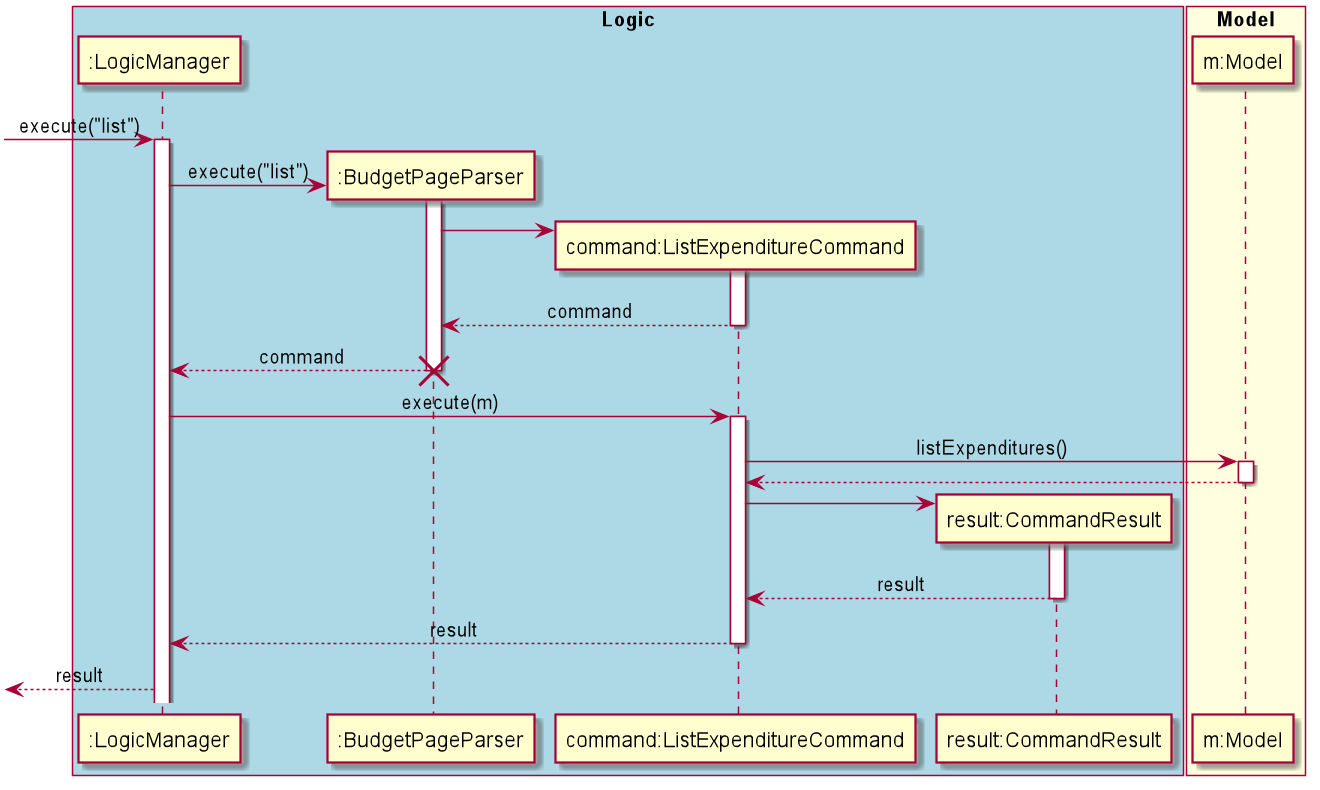
This is docs/diagrams/commandsPlantUML/diagram/ListExpenditureCommand.png from yu-ming-chen/tp, a PlantUML export, as it was before one commit.
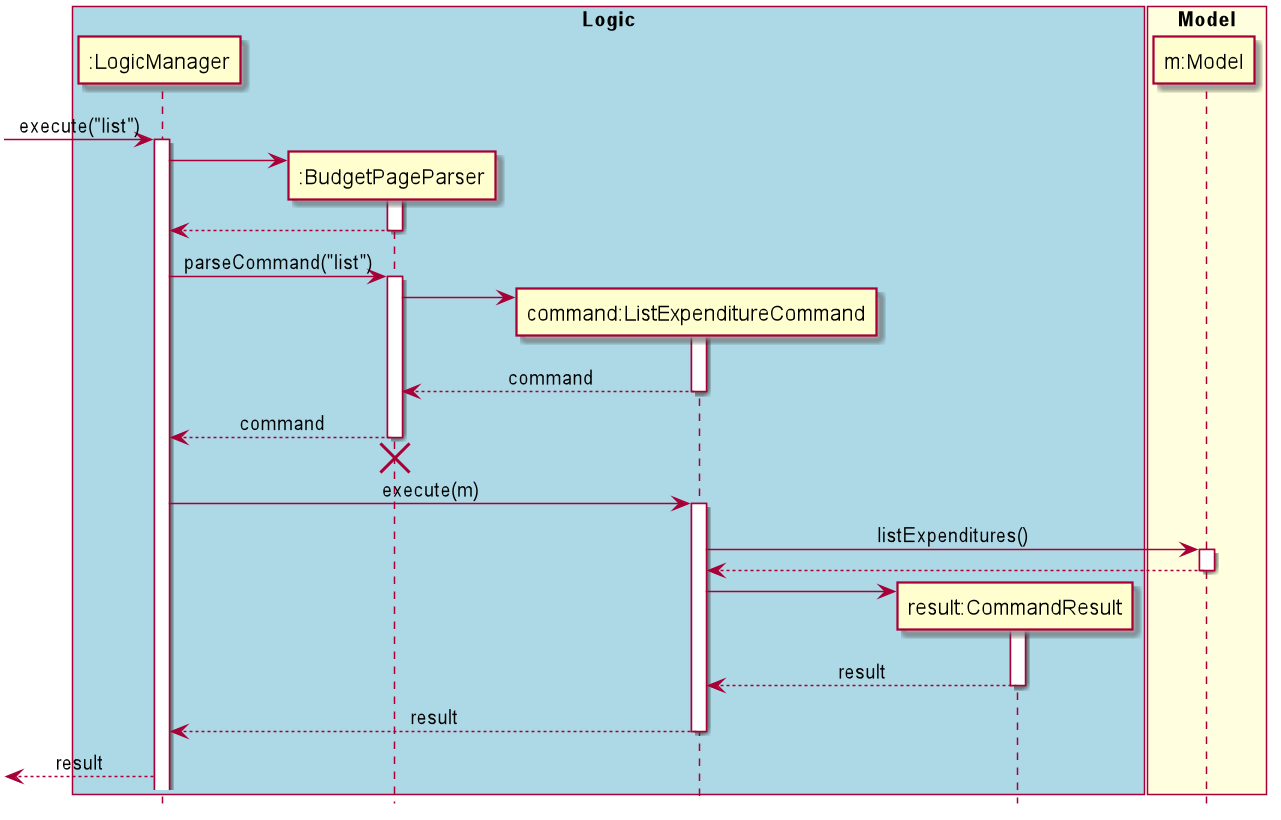
Later version of the same file.

The edit, as a diff of the source:
```diff
@@ -1,4 +1,5 @@
 @startuml
+hide footbox
 skinparam Sequence {
     MessageAlign center
 }
@@ -15,9 +16,14 @@
 
 [-> LM : execute("list")
 activate LM
+
 create BPP
-LM -> BPP : execute("list")
+LM -> BPP
+activate BPP
+LM <-- BPP
+deactivate BPP
 
+LM -> BPP : parseCommand("list")
 activate BPP
 
 create LEC
@@ -28,6 +34,7 @@
 
 LM <-- BPP : command
 deactivate BPP
+LM <-[hidden]- BPP
 destroy BPP
 LM -> LEC : execute(m)
 activate LEC
```
